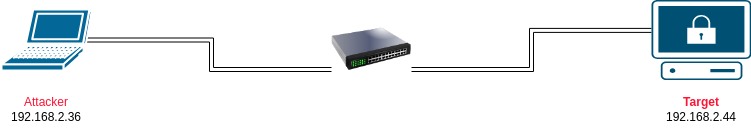
malware-d/template keeps this draw.io diagram as example_attack/ima/log4jlab.drawio.png. Above is the earlier version. Source tidied: cells renumbered, new cells last; positions are measured from the earlier drawing's top-left corner, leaving out a move shared by most shapes.
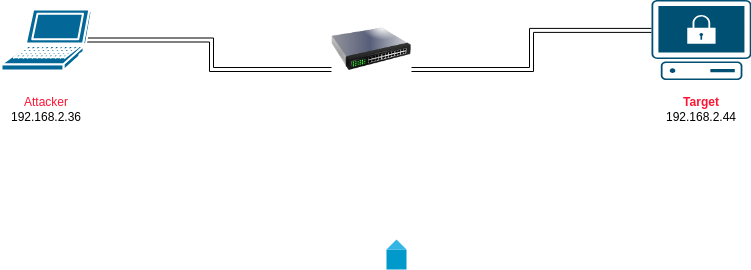
After the commit.

The edit, as a diff of the source:
```diff
@@ -27,5 +27,8 @@
         <mxGeometry x="660" y="90" width="80" height="39.5" as="geometry" />
       </mxCell>
     </object>
+    <mxCell id="9" style="verticalLabelPosition=bottom;verticalAlign=top;html=1;shadow=0;dashed=0;strokeWidth=1;shape=mxgraph.android.text_insertion_point;" parent="1" vertex="1">
+      <mxGeometry x="385" y="240" width="20" height="30" as="geometry" />
+    </mxCell>
   </root>
 </mxGraphModel>
```
